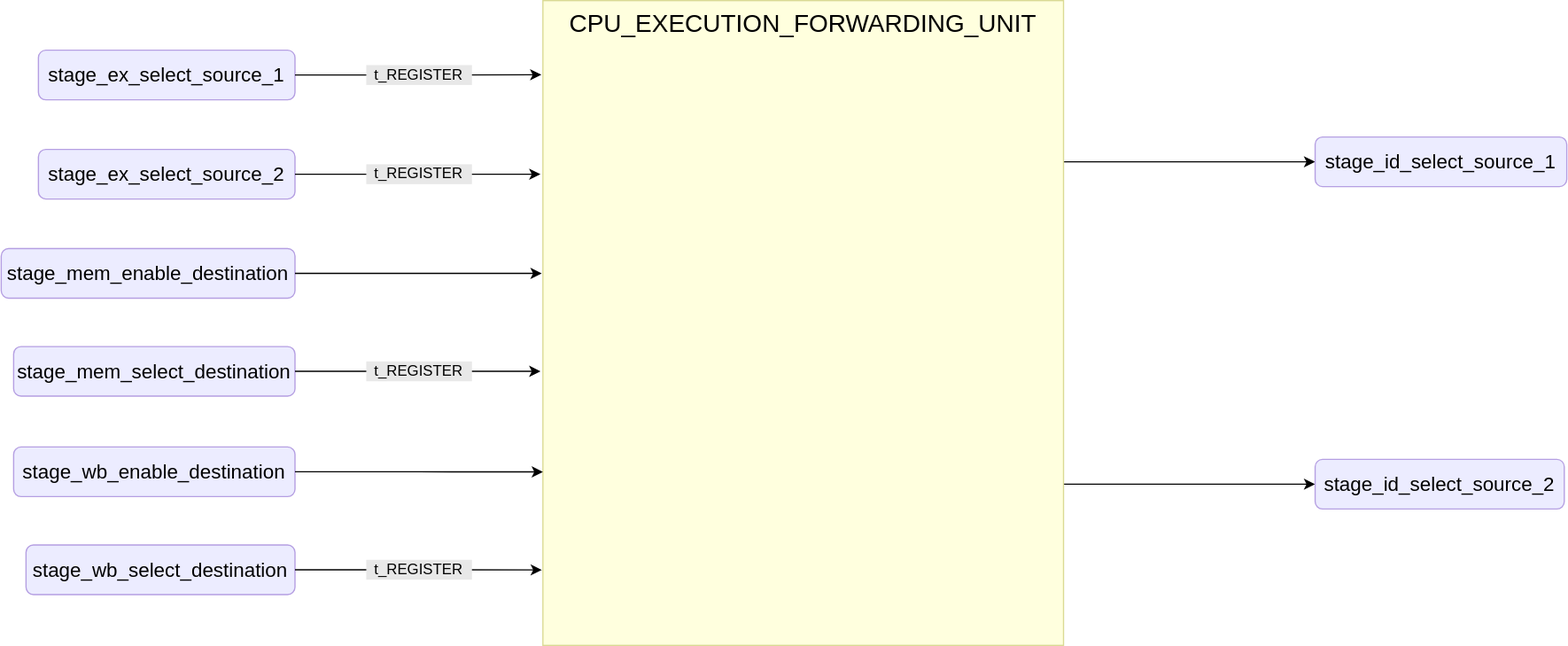
Earlier version of the draw.io export docs/public/images/reference/report_components/cpu_execution_forwarding_unit.drawio.svg (insper-riscv/core). Source tidied: cells renumbered, new cells last; positions are measured from the earlier drawing's top-left corner, leaving out a move shared by most shapes. Its diagram source:
```xml
<mxGraphModel>
  <root>
    <mxCell id="0" />
    <mxCell id="1" parent="0" />
    <mxCell id="2" style="edgeStyle=orthogonalEdgeStyle;rounded=0;jettySize=auto;html=1;entryX=0;entryY=0.5;entryDx=0;entryDy=0;exitX=1;exitY=0.25;exitDx=0;exitDy=0;" parent="1" edge="1" source="4" target="6">
      <mxGeometry relative="1" as="geometry">
        <Array as="points">
          <mxPoint x="1060" y="130" />
        </Array>
      </mxGeometry>
    </mxCell>
    <mxCell id="3" style="edgeStyle=orthogonalEdgeStyle;rounded=0;jettySize=auto;html=1;entryX=0;entryY=0.5;entryDx=0;entryDy=0;exitX=1;exitY=0.75;exitDx=0;exitDy=0;" parent="1" edge="1" source="4" target="7">
      <mxGeometry relative="1" as="geometry">
        <Array as="points">
          <mxPoint x="1060" y="390" />
        </Array>
      </mxGeometry>
    </mxCell>
    <mxCell id="4" value="CPU_EXECUTION_FORWARDING_UNIT" style="rounded=0;whiteSpace=wrap;html=1;fillColor=#ffffde;strokeColor=#dada94;verticalAlign=top;fontSize=20;" parent="1" vertex="1">
      <mxGeometry x="437" width="420" height="520" as="geometry" />
    </mxCell>
    <mxCell id="5" value="stage_ex_select_source_1" style="rounded=1;whiteSpace=wrap;html=1;fillColor=#ececff;strokeColor=#b59fe2;fontSize=16;" parent="1" vertex="1">
      <mxGeometry x="30" y="40" width="207" height="40" as="geometry" />
    </mxCell>
    <mxCell id="6" value="stage_id_select_source_1" style="rounded=1;whiteSpace=wrap;html=1;fillColor=#ececff;strokeColor=#b59fe2;fontSize=16;" parent="1" vertex="1">
      <mxGeometry x="1060" y="110" width="203" height="40" as="geometry" />
    </mxCell>
    <mxCell id="7" value="stage_id_select_source_2" style="rounded=1;whiteSpace=wrap;html=1;fillColor=#ececff;strokeColor=#b59fe2;fontSize=16;" parent="1" vertex="1">
      <mxGeometry x="1060" y="370" width="201" height="40" as="geometry" />
    </mxCell>
    <mxCell id="8" value="stage_mem_enable_destination" style="rounded=1;whiteSpace=wrap;html=1;fillColor=#ececff;strokeColor=#b59fe2;fontSize=16;" parent="1" vertex="1">
      <mxGeometry y="200" width="237" height="40" as="geometry" />
    </mxCell>
    <mxCell id="9" value="stage_ex_select_source_2" style="rounded=1;whiteSpace=wrap;html=1;fillColor=#ececff;strokeColor=#b59fe2;fontSize=16;" parent="1" vertex="1">
      <mxGeometry x="30" y="120" width="207" height="40" as="geometry" />
    </mxCell>
    <mxCell id="10" value="stage_mem_select_destination" style="rounded=1;whiteSpace=wrap;html=1;fillColor=#ececff;strokeColor=#b59fe2;fontSize=16;" parent="1" vertex="1">
      <mxGeometry x="10" y="279" width="227" height="40" as="geometry" />
    </mxCell>
    <mxCell id="11" style="edgeStyle=orthogonalEdgeStyle;rounded=0;jettySize=auto;html=1;entryX=-0.003;entryY=0.115;entryDx=0;entryDy=0;entryPerimeter=0;" parent="1" edge="1" source="5" target="4">
      <mxGeometry relative="1" as="geometry" />
    </mxCell>
    <mxCell id="12" style="edgeStyle=orthogonalEdgeStyle;rounded=0;jettySize=auto;html=1;" parent="1" edge="1" source="9">
      <mxGeometry relative="1" as="geometry">
        <mxPoint x="435" y="140" as="targetPoint" />
        <Array as="points">
          <mxPoint x="435" y="140" />
        </Array>
      </mxGeometry>
    </mxCell>
    <mxCell id="13" style="edgeStyle=orthogonalEdgeStyle;rounded=0;jettySize=auto;html=1;" parent="1" edge="1" source="8">
      <mxGeometry relative="1" as="geometry">
        <mxPoint x="436" y="220" as="targetPoint" />
        <Array as="points">
          <mxPoint x="436" y="220" />
        </Array>
      </mxGeometry>
    </mxCell>
    <mxCell id="14" style="edgeStyle=orthogonalEdgeStyle;rounded=0;jettySize=auto;html=1;" parent="1" edge="1" source="10">
      <mxGeometry relative="1" as="geometry">
        <mxPoint x="435" y="299" as="targetPoint" />
        <Array as="points">
          <mxPoint x="435" y="299" />
        </Array>
      </mxGeometry>
    </mxCell>
    <mxCell id="15" value="t_REGISTER" style="rounded=0;whiteSpace=wrap;html=1;fillColor=#e8e8e8;strokeColor=#e8e8e8;" parent="1" vertex="1">
      <mxGeometry x="295" y="52.5" width="84.2" height="15" as="geometry" />
    </mxCell>
    <mxCell id="16" value="t_REGISTER" style="rounded=0;whiteSpace=wrap;html=1;fillColor=#e8e8e8;strokeColor=#e8e8e8;" parent="1" vertex="1">
      <mxGeometry x="295" y="132.5" width="84.2" height="15" as="geometry" />
    </mxCell>
    <mxCell id="17" value="t_REGISTER" style="rounded=0;whiteSpace=wrap;html=1;fillColor=#e8e8e8;strokeColor=#e8e8e8;" parent="1" vertex="1">
      <mxGeometry x="295" y="291.5" width="84.2" height="15" as="geometry" />
    </mxCell>
    <mxCell id="18" value="stage_wb_enable_destination" style="rounded=1;whiteSpace=wrap;html=1;fillColor=#ececff;strokeColor=#b59fe2;fontSize=16;" parent="1" vertex="1">
      <mxGeometry x="10" y="360" width="227" height="40" as="geometry" />
    </mxCell>
    <mxCell id="19" value="stage_wb_select_destination" style="rounded=1;whiteSpace=wrap;html=1;fillColor=#ececff;strokeColor=#b59fe2;fontSize=16;" parent="1" vertex="1">
      <mxGeometry x="20" y="439" width="217" height="40" as="geometry" />
    </mxCell>
    <mxCell id="20" style="edgeStyle=orthogonalEdgeStyle;rounded=0;jettySize=auto;html=1;entryX=0;entryY=0.731;entryDx=0;entryDy=0;entryPerimeter=0;" parent="1" edge="1" source="18" target="4">
      <mxGeometry relative="1" as="geometry" />
    </mxCell>
    <mxCell id="21" style="edgeStyle=orthogonalEdgeStyle;rounded=0;jettySize=auto;html=1;entryX=-0.002;entryY=0.883;entryDx=0;entryDy=0;entryPerimeter=0;" parent="1" edge="1" source="19" target="4">
      <mxGeometry relative="1" as="geometry" />
    </mxCell>
    <mxCell id="22" value="t_REGISTER" style="rounded=0;whiteSpace=wrap;html=1;fillColor=#e8e8e8;strokeColor=#e8e8e8;" parent="1" vertex="1">
      <mxGeometry x="295" y="451.5" width="84.2" height="15" as="geometry" />
    </mxCell>
  </root>
</mxGraphModel>
```
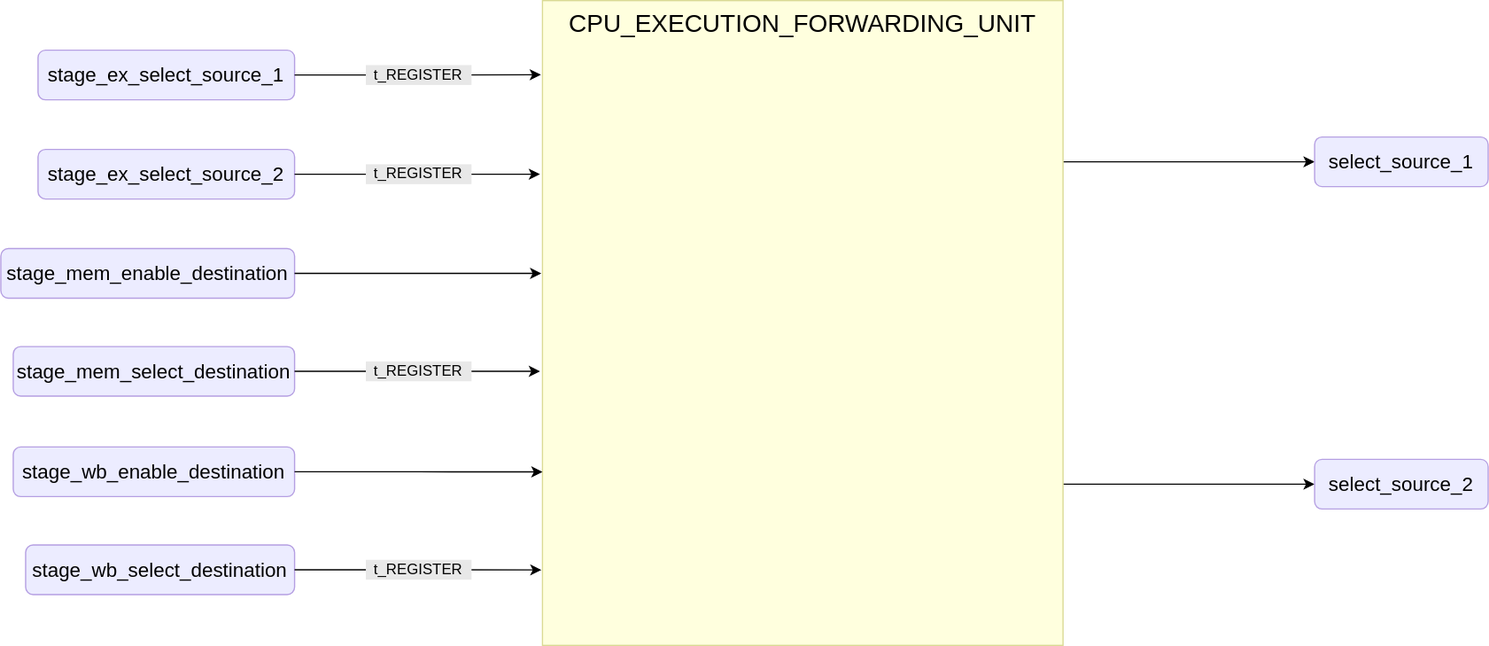
Above is the later version.

What changed in the source:
```diff
@@ -22,11 +22,11 @@
     <mxCell id="5" value="stage_ex_select_source_1" style="rounded=1;whiteSpace=wrap;html=1;fillColor=#ececff;strokeColor=#b59fe2;fontSize=16;" parent="1" vertex="1">
       <mxGeometry x="30" y="40" width="207" height="40" as="geometry" />
     </mxCell>
-    <mxCell id="6" value="stage_id_select_source_1" style="rounded=1;whiteSpace=wrap;html=1;fillColor=#ececff;strokeColor=#b59fe2;fontSize=16;" parent="1" vertex="1">
-      <mxGeometry x="1060" y="110" width="203" height="40" as="geometry" />
+    <mxCell id="6" value="select_source_1" style="rounded=1;whiteSpace=wrap;html=1;fillColor=#ececff;strokeColor=#b59fe2;fontSize=16;" parent="1" vertex="1">
+      <mxGeometry x="1060" y="110" width="140" height="40" as="geometry" />
     </mxCell>
-    <mxCell id="7" value="stage_id_select_source_2" style="rounded=1;whiteSpace=wrap;html=1;fillColor=#ececff;strokeColor=#b59fe2;fontSize=16;" parent="1" vertex="1">
-      <mxGeometry x="1060" y="370" width="201" height="40" as="geometry" />
+    <mxCell id="7" value="select_source_2" style="rounded=1;whiteSpace=wrap;html=1;fillColor=#ececff;strokeColor=#b59fe2;fontSize=16;" parent="1" vertex="1">
+      <mxGeometry x="1060" y="370" width="140" height="40" as="geometry" />
     </mxCell>
     <mxCell id="8" value="stage_mem_enable_destination" style="rounded=1;whiteSpace=wrap;html=1;fillColor=#ececff;strokeColor=#b59fe2;fontSize=16;" parent="1" vertex="1">
       <mxGeometry y="200" width="237" height="40" as="geometry" />
```
